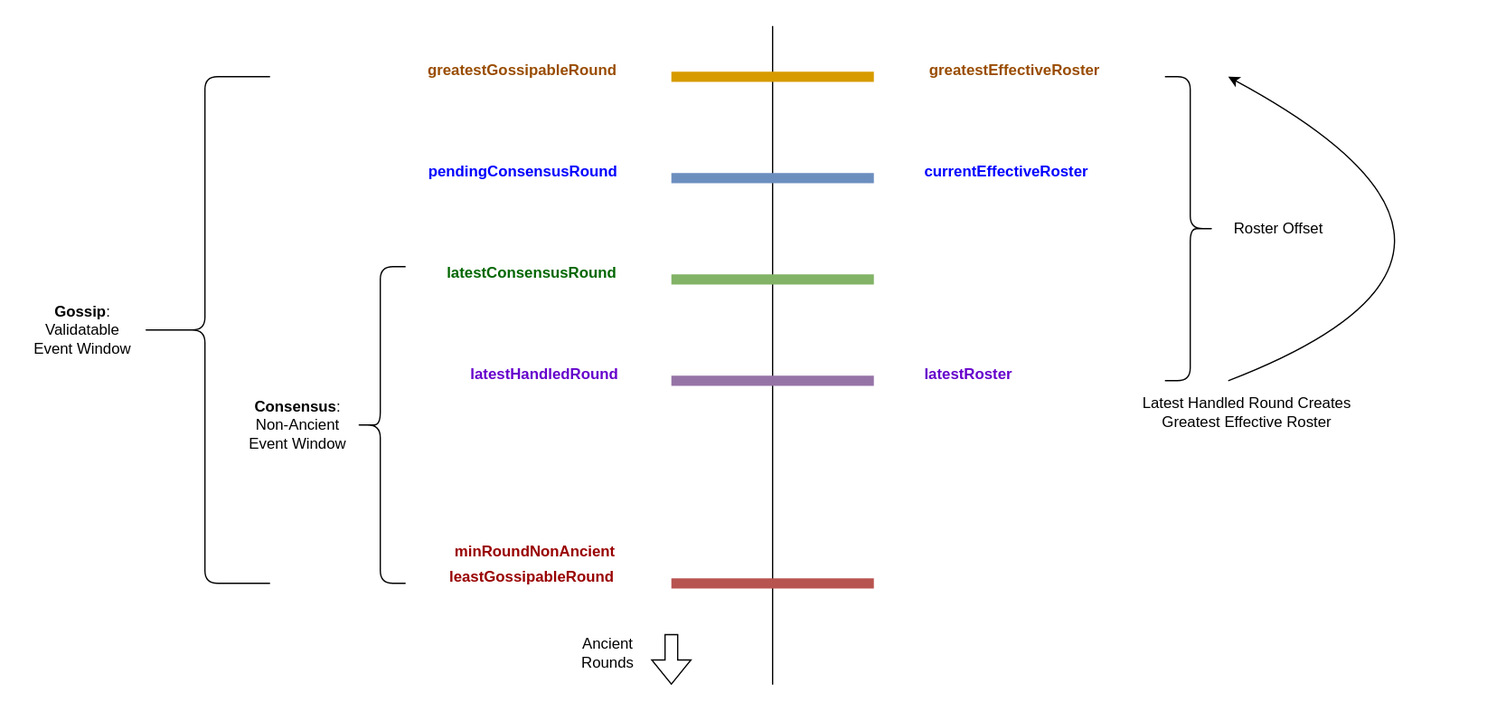
The draw.io diagram platform-sdk/docs/core/dynamic-address-book/roster/EventWindowTerminology.drawio.svg in hashgraph/hedera-services, before a commit. Source tidied: cells renumbered, new cells last; positions are measured from the earlier drawing's top-left corner, leaving out a move shared by most shapes.
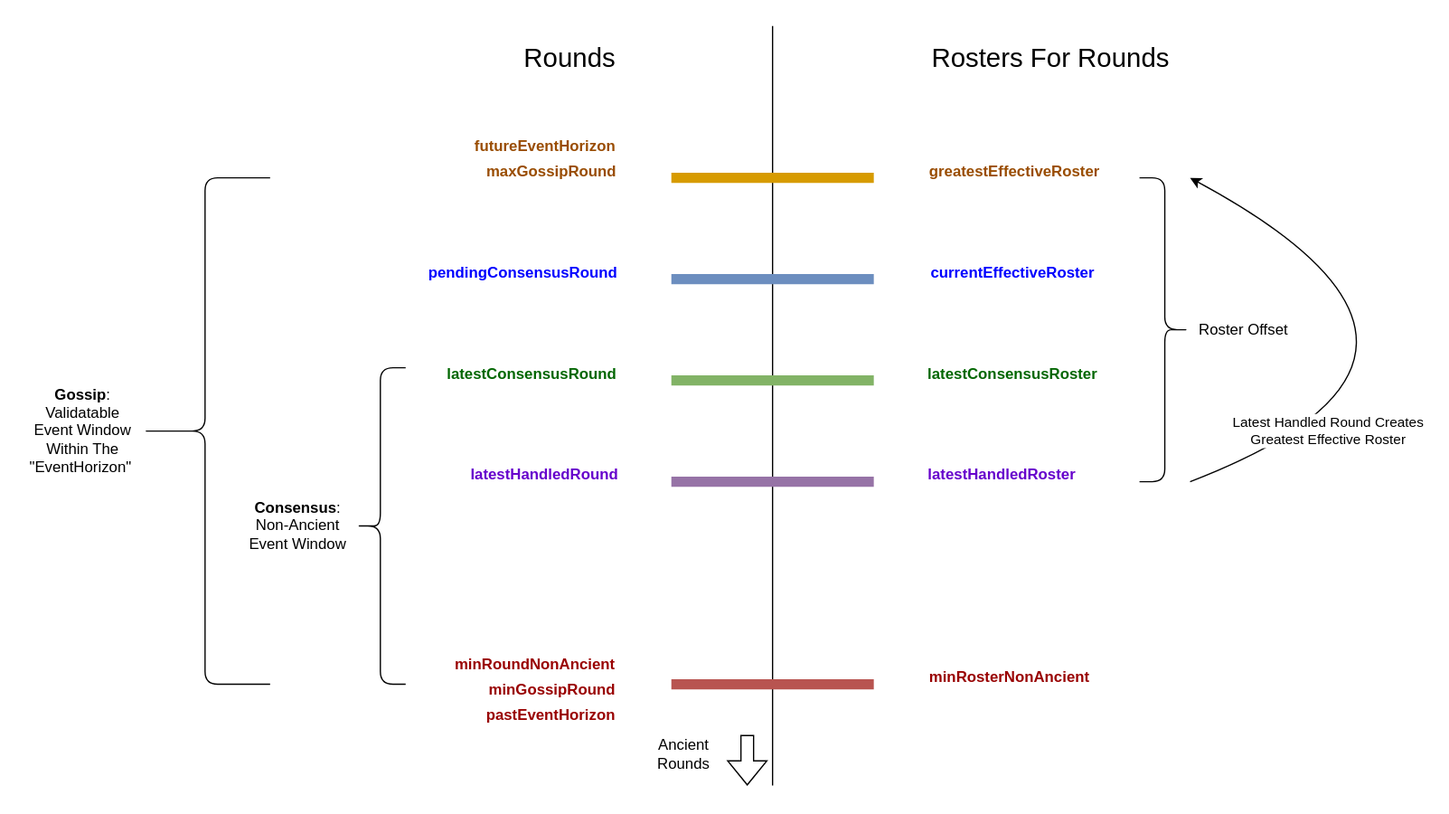
Later version of the same file.

What changed in the source:
```diff
@@ -7,7 +7,7 @@
     </mxCell>
     <mxCell id="3" style="endArrow=none;html=1;rounded=0;" parent="1" edge="1">
       <mxGeometry relative="1" as="geometry">
-        <mxPoint x="590" as="sourcePoint" />
+        <mxPoint x="590" y="-80" as="sourcePoint" />
         <mxPoint x="590" y="520" as="targetPoint" />
       </mxGeometry>
     </mxCell>
@@ -43,12 +43,12 @@
     </mxCell>
     <mxCell id="11" style="shape=flexArrow;endArrow=classic;html=1;rounded=0;" parent="1" edge="1">
       <mxGeometry relative="1" as="geometry">
-        <mxPoint x="510" y="480" as="sourcePoint" />
-        <mxPoint x="510" y="520" as="targetPoint" />
+        <mxPoint x="570" y="480" as="sourcePoint" />
+        <mxPoint x="570" y="520" as="targetPoint" />
       </mxGeometry>
     </mxCell>
     <mxCell id="12" value="Ancient Rounds" style="text;html=1;strokeColor=none;fillColor=none;align=center;verticalAlign=middle;whiteSpace=wrap;rounded=0;" parent="1" vertex="1">
-      <mxGeometry x="430" y="480" width="60" height="30" as="geometry" />
+      <mxGeometry x="490" y="480" width="60" height="30" as="geometry" />
     </mxCell>
     <mxCell id="13" style="endArrow=none;html=1;rounded=0;fontStyle=1;fillColor=#e1d5e7;strokeColor=#9673a6;strokeWidth=8;" parent="1" edge="1">
       <mxGeometry relative="1" as="geometry">
@@ -68,44 +68,64 @@
     <mxCell id="16" value="&lt;b&gt;&lt;font color=&quot;#994c00&quot;&gt;greatestEffectiveRoster&lt;/font&gt;&lt;/b&gt;" style="text;html=1;strokeColor=none;fillColor=none;align=center;verticalAlign=middle;whiteSpace=wrap;rounded=0;" parent="1" vertex="1">
       <mxGeometry x="710" y="20" width="142.5" height="30" as="geometry" />
     </mxCell>
-    <mxCell id="17" value="&lt;b&gt;Gossip&lt;/b&gt;: Validatable Event Window" style="text;html=1;strokeColor=none;fillColor=none;align=center;verticalAlign=middle;whiteSpace=wrap;rounded=0;" parent="1" vertex="1">
+    <mxCell id="17" value="&lt;b&gt;Gossip&lt;/b&gt;: Validatable Event Window&lt;br&gt;Within The &quot;EventHorizon&quot;&amp;nbsp;" style="text;html=1;strokeColor=none;fillColor=none;align=center;verticalAlign=middle;whiteSpace=wrap;rounded=0;" parent="1" vertex="1">
       <mxGeometry y="225" width="90" height="30" as="geometry" />
     </mxCell>
     <mxCell id="18" style="curved=1;endArrow=classic;html=1;rounded=0;" parent="1" edge="1">
       <mxGeometry relative="1" as="geometry">
-        <mxPoint x="950" y="280" as="sourcePoint" />
-        <mxPoint x="950" y="40" as="targetPoint" />
+        <mxPoint x="920" y="280" as="sourcePoint" />
+        <mxPoint x="920" y="40" as="targetPoint" />
         <Array as="points">
-          <mxPoint x="1210" y="180" />
+          <mxPoint x="1180" y="180" />
         </Array>
       </mxGeometry>
     </mxCell>
-    <mxCell id="19" value="Latest Handled Round Creates Greatest Effective Roster" style="text;html=1;strokeColor=none;fillColor=none;align=center;verticalAlign=middle;whiteSpace=wrap;rounded=0;" parent="1" vertex="1">
-      <mxGeometry x="870" y="290" width="190" height="30" as="geometry" />
+    <mxCell id="19" value="Latest Handled Round Creates &lt;br&gt;Greatest Effective Roster" style="edgeLabel;html=1;align=center;verticalAlign=middle;" parent="18" vertex="1">
+      <mxGeometry x="-0.56" y="22" relative="1" as="geometry">
+        <mxPoint y="25" as="offset" />
+      </mxGeometry>
     </mxCell>
     <mxCell id="20" style="shape=curlyBracket;whiteSpace=wrap;html=1;rounded=1;flipH=1;labelPosition=right;verticalLabelPosition=middle;align=left;verticalAlign=middle;rotation=-180;" parent="1" vertex="1">
       <mxGeometry x="260" y="190" width="40" height="250" as="geometry" />
     </mxCell>
     <mxCell id="21" value="Roster Offset" style="text;html=1;strokeColor=none;fillColor=none;align=center;verticalAlign=middle;whiteSpace=wrap;rounded=0;" parent="1" vertex="1">
-      <mxGeometry x="830" y="145" width="320" height="30" as="geometry" />
+      <mxGeometry x="920" y="145" width="85" height="30" as="geometry" />
     </mxCell>
     <mxCell id="22" value="&lt;b&gt;&lt;font color=&quot;#0000ff&quot;&gt;currentEffectiveRoster&lt;br&gt;&lt;/font&gt;&lt;/b&gt;" style="text;html=1;strokeColor=none;fillColor=none;align=center;verticalAlign=middle;whiteSpace=wrap;rounded=0;" parent="1" vertex="1">
-      <mxGeometry x="705" y="100" width="140" height="30" as="geometry" />
+      <mxGeometry x="710" y="100" width="140" height="30" as="geometry" />
     </mxCell>
-    <mxCell id="23" value="&lt;b&gt;&lt;font color=&quot;#994c00&quot;&gt;greatestGossipableRound&lt;/font&gt;&lt;/b&gt;" style="text;html=1;strokeColor=none;fillColor=none;align=center;verticalAlign=middle;whiteSpace=wrap;rounded=0;" parent="1" vertex="1">
-      <mxGeometry x="315" y="20" width="155" height="30" as="geometry" />
+    <mxCell id="23" value="&lt;b&gt;&lt;font color=&quot;#994c00&quot;&gt;maxGossipRound&lt;/font&gt;&lt;/b&gt;" style="text;html=1;strokeColor=none;fillColor=none;align=center;verticalAlign=middle;whiteSpace=wrap;rounded=0;" parent="1" vertex="1">
+      <mxGeometry x="357.5" y="20" width="115" height="30" as="geometry" />
     </mxCell>
-    <mxCell id="24" value="&lt;font color=&quot;#6600cc&quot;&gt;&lt;b&gt;latestRoster&lt;br&gt;&lt;/b&gt;&lt;/font&gt;" style="text;html=1;strokeColor=none;fillColor=none;align=center;verticalAlign=middle;whiteSpace=wrap;rounded=0;" parent="1" vertex="1">
-      <mxGeometry x="660" y="260" width="170" height="30" as="geometry" />
+    <mxCell id="24" value="&lt;font color=&quot;#6600cc&quot;&gt;&lt;b&gt;latestHandledRoster&lt;br&gt;&lt;/b&gt;&lt;/font&gt;" style="text;html=1;strokeColor=none;fillColor=none;align=center;verticalAlign=middle;whiteSpace=wrap;rounded=0;" parent="1" vertex="1">
+      <mxGeometry x="710" y="260" width="122.5" height="30" as="geometry" />
     </mxCell>
-    <mxCell id="25" value="&lt;span style=&quot;&quot;&gt;&lt;font color=&quot;#990000&quot;&gt;leastGossipableRound&lt;/font&gt;&lt;br&gt;&lt;/span&gt;" style="text;html=1;strokeColor=none;fillColor=none;align=center;verticalAlign=middle;whiteSpace=wrap;rounded=0;fontStyle=1;" parent="1" vertex="1">
-      <mxGeometry x="330" y="420" width="140" height="30" as="geometry" />
+    <mxCell id="25" value="&lt;span style=&quot;&quot;&gt;&lt;font color=&quot;#990000&quot;&gt;minGossipRound&lt;/font&gt;&lt;br&gt;&lt;/span&gt;" style="text;html=1;strokeColor=none;fillColor=none;align=center;verticalAlign=middle;whiteSpace=wrap;rounded=0;fontStyle=1;" parent="1" vertex="1">
+      <mxGeometry x="361.2" y="430" width="110" height="30" as="geometry" />
     </mxCell>
     <mxCell id="26" style="shape=curlyBracket;whiteSpace=wrap;html=1;rounded=1;flipH=1;labelPosition=right;verticalLabelPosition=middle;align=left;verticalAlign=middle;rotation=0;" parent="1" vertex="1">
-      <mxGeometry x="900" y="40" width="40" height="240" as="geometry" />
+      <mxGeometry x="880" y="40" width="40" height="240" as="geometry" />
     </mxCell>
     <mxCell id="27" value="&lt;span style=&quot;&quot;&gt;&lt;font color=&quot;#990000&quot;&gt;minRoundNonAncient&lt;/font&gt;&lt;br&gt;&lt;/span&gt;" style="text;html=1;strokeColor=none;fillColor=none;align=center;verticalAlign=middle;whiteSpace=wrap;rounded=0;fontStyle=1;" parent="1" vertex="1">
-      <mxGeometry x="335" y="400" width="135" height="30" as="geometry" />
+      <mxGeometry x="335" y="410" width="135" height="30" as="geometry" />
     </mxCell>
+    <mxCell id="28" value="&lt;font style=&quot;font-size: 21px;&quot;&gt;Rounds&lt;/font&gt;" style="text;html=1;strokeColor=none;fillColor=none;align=center;verticalAlign=middle;whiteSpace=wrap;rounded=0;" parent="1" vertex="1">
+      <mxGeometry x="390" y="-70" width="80" height="30" as="geometry" />
+    </mxCell>
+    <mxCell id="29" value="&lt;font style=&quot;font-size: 21px;&quot;&gt;Rosters For Rounds&lt;/font&gt;" style="text;html=1;strokeColor=none;fillColor=none;align=center;verticalAlign=middle;whiteSpace=wrap;rounded=0;" parent="1" vertex="1">
+      <mxGeometry x="710" y="-70" width="200" height="30" as="geometry" />
+    </mxCell>
+    <mxCell id="30" value="&lt;font color=&quot;#006600&quot;&gt;&lt;b&gt;latestConsensusRoster&lt;/b&gt;&lt;/font&gt;" style="text;html=1;strokeColor=none;fillColor=none;align=center;verticalAlign=middle;whiteSpace=wrap;rounded=0;" parent="1" vertex="1">
+      <mxGeometry x="710" y="180" width="140" height="30" as="geometry" />
+    </mxCell>
+    <mxCell id="31" value="&lt;span style=&quot;&quot;&gt;&lt;font color=&quot;#990000&quot;&gt;minRosterNonAncient&lt;/font&gt;&lt;br&gt;&lt;/span&gt;" style="text;html=1;strokeColor=none;fillColor=none;align=center;verticalAlign=middle;whiteSpace=wrap;rounded=0;fontStyle=1;" parent="1" vertex="1">
+      <mxGeometry x="710" y="420" width="135" height="30" as="geometry" />
+    </mxCell>
+    <mxCell id="32" value="&lt;b&gt;&lt;font color=&quot;#994c00&quot;&gt;futureEventHorizon&lt;/font&gt;&lt;/b&gt;" style="text;html=1;strokeColor=none;fillColor=none;align=center;verticalAlign=middle;whiteSpace=wrap;rounded=0;" parent="1" vertex="1">
+      <mxGeometry x="347.5" width="125" height="30" as="geometry" />
+    </mxCell>
+    <mxCell id="33" value="&lt;span style=&quot;&quot;&gt;&lt;font color=&quot;#990000&quot;&gt;pastEventHorizon&lt;/font&gt;&lt;br&gt;&lt;/span&gt;" style="text;html=1;strokeColor=none;fillColor=none;align=center;verticalAlign=middle;whiteSpace=wrap;rounded=0;fontStyle=1;" parent="1" vertex="1">
+      <mxGeometry x="360" y="450" width="110" height="30" as="geometry" />
+    </mxCell>
   </root>
 </mxGraphModel>
```
